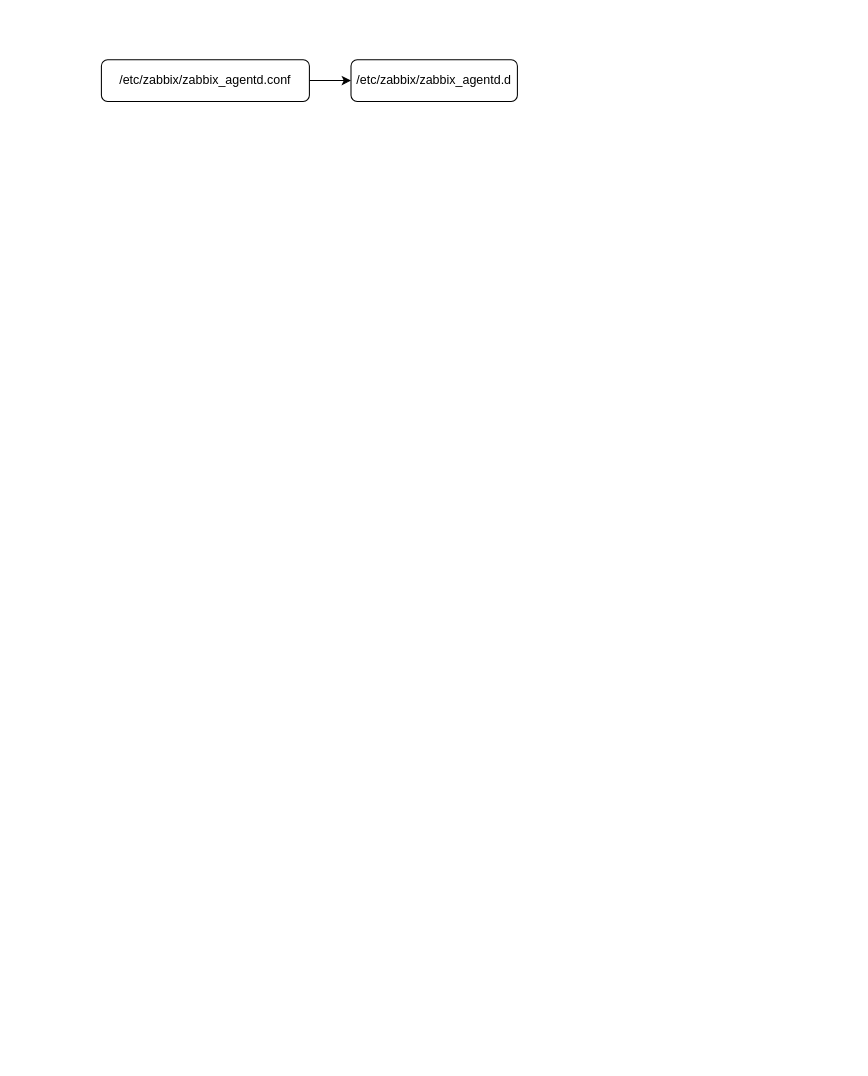
The draw.io diagram zabbix-agent configration.drawio in zhangjiongcn/drawio, before the edit. Source tidied: cells renumbered, new cells numbered last; positions are measured from the earlier drawing's top-left corner, leaving out a move shared by most shapes. Both pictures are drawn from the tidied source at 104%, with x=0, y=0 at pixel (101, 59).
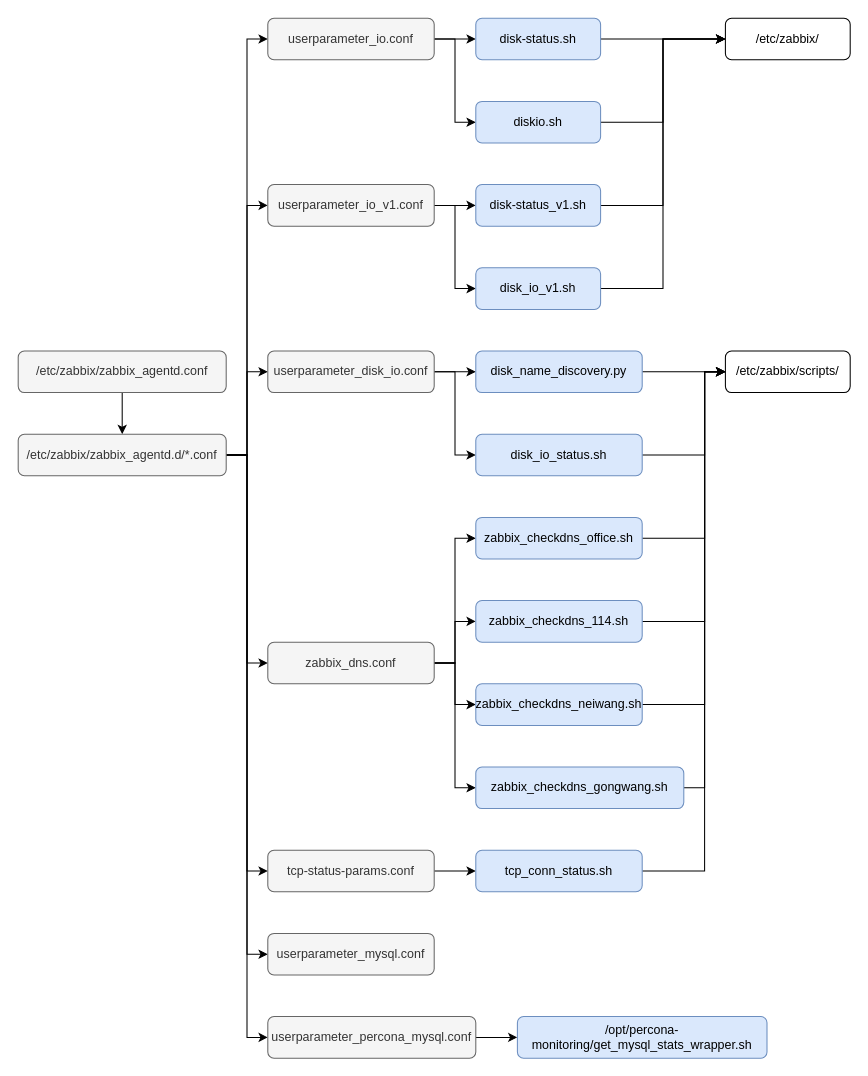
The same diagram, later.

Change to the diagram source:
```diff
@@
-    <mxCell id="2" style="edgeStyle=orthogonalEdgeStyle;rounded=0;jettySize=auto;html=1;entryX=0;entryY=0.5;entryDx=0;entryDy=0;" parent="1" edge="1" source="3" target="4">
+    <mxCell id="2" style="edgeStyle=orthogonalEdgeStyle;rounded=0;jettySize=auto;html=1;entryX=0.5;entryY=0;entryDx=0;entryDy=0;" parent="1" edge="1" source="3" target="4">
       <mxGeometry relative="1" as="geometry" />
     </mxCell>
-    <mxCell id="3" value="/etc/zabbix/zabbix_agentd.conf" style="rounded=1;whiteSpace=wrap;html=1;" parent="1" vertex="1">
-      <mxGeometry width="200" height="40" as="geometry" />
+    <mxCell id="3" value="/etc/zabbix/zabbix_agentd.conf" style="rounded=1;whiteSpace=wrap;html=1;fillColor=#f5f5f5;strokeColor=#666666;fontColor=#333333;" parent="1" vertex="1">
+      <mxGeometry x="-80" y="280" width="200" height="40" as="geometry" />
     </mxCell>
+    <mxCell id="5" style="edgeStyle=orthogonalEdgeStyle;rounded=0;jettySize=auto;html=1;entryX=0;entryY=0.5;entryDx=0;entryDy=0;" parent="1" edge="1" source="4" target="13">
+      <mxGeometry relative="1" as="geometry" />
+    </mxCell>
+    <mxCell id="6" style="edgeStyle=orthogonalEdgeStyle;rounded=0;jettySize=auto;html=1;entryX=0;entryY=0.5;entryDx=0;entryDy=0;" parent="1" edge="1" source="4" target="16">
+      <mxGeometry relative="1" as="geometry" />
+    </mxCell>
+    <mxCell id="7" style="edgeStyle=orthogonalEdgeStyle;rounded=0;jettySize=auto;html=1;entryX=0;entryY=0.5;entryDx=0;entryDy=0;" parent="1" edge="1" source="4" target="19">
+      <mxGeometry relative="1" as="geometry" />
+    </mxCell>
+    <mxCell id="8" style="edgeStyle=orthogonalEdgeStyle;rounded=0;jettySize=auto;html=1;entryX=0;entryY=0.5;entryDx=0;entryDy=0;" parent="1" edge="1" source="4" target="22">
+      <mxGeometry relative="1" as="geometry" />
+    </mxCell>
+    <mxCell id="9" style="edgeStyle=orthogonalEdgeStyle;rounded=0;jettySize=auto;html=1;entryX=0;entryY=0.5;entryDx=0;entryDy=0;" parent="1" edge="1" source="4" target="23">
+      <mxGeometry relative="1" as="geometry" />
+    </mxCell>
+    <mxCell id="10" style="edgeStyle=orthogonalEdgeStyle;rounded=0;jettySize=auto;html=1;entryX=0;entryY=0.5;entryDx=0;entryDy=0;" parent="1" edge="1" source="4" target="25">
+      <mxGeometry relative="1" as="geometry" />
+    </mxCell>
+    <mxCell id="11" style="edgeStyle=orthogonalEdgeStyle;rounded=0;jettySize=auto;html=1;entryX=0;entryY=0.5;entryDx=0;entryDy=0;" parent="1" edge="1" source="4" target="30">
+      <mxGeometry relative="1" as="geometry" />
+    </mxCell>
-    <mxCell id="4" value="/etc/zabbix/zabbix_agentd.d" style="rounded=1;whiteSpace=wrap;html=1;" parent="1" vertex="1">
-      <mxGeometry x="240" width="160" height="40" as="geometry" />
+    <mxCell id="4" value="/etc/zabbix/zabbix_agentd.d/*.conf" style="rounded=1;whiteSpace=wrap;html=1;fillColor=#f5f5f5;strokeColor=#666666;fontColor=#333333;" parent="1" vertex="1">
+      <mxGeometry x="-80" y="360" width="200" height="40" as="geometry" />
     </mxCell>
+    <mxCell id="12" style="edgeStyle=orthogonalEdgeStyle;rounded=0;jettySize=auto;html=1;entryX=0;entryY=0.5;entryDx=0;entryDy=0;" parent="1" edge="1" source="13" target="32">
+      <mxGeometry relative="1" as="geometry" />
+    </mxCell>
+    <mxCell id="13" value="tcp-status-params.conf" style="rounded=1;whiteSpace=wrap;html=1;fillColor=#f5f5f5;strokeColor=#666666;fontColor=#333333;" parent="1" vertex="1">
+      <mxGeometry x="160" y="760" width="160" height="40" as="geometry" />
+    </mxCell>
+    <mxCell id="14" style="edgeStyle=orthogonalEdgeStyle;rounded=0;jettySize=auto;html=1;entryX=0;entryY=0.5;entryDx=0;entryDy=0;" parent="1" edge="1" source="16" target="34">
+      <mxGeometry relative="1" as="geometry" />
+    </mxCell>
+    <mxCell id="15" style="edgeStyle=orthogonalEdgeStyle;rounded=0;jettySize=auto;html=1;entryX=0;entryY=0.5;entryDx=0;entryDy=0;" parent="1" edge="1" source="16" target="36">
+      <mxGeometry relative="1" as="geometry" />
+    </mxCell>
+    <mxCell id="16" value="userparameter_disk_io.conf" style="rounded=1;whiteSpace=wrap;html=1;fillColor=#f5f5f5;strokeColor=#666666;fontColor=#333333;" parent="1" vertex="1">
+      <mxGeometry x="160" y="280" width="160" height="40" as="geometry" />
+    </mxCell>
+    <mxCell id="17" style="edgeStyle=orthogonalEdgeStyle;rounded=0;jettySize=auto;html=1;entryX=0;entryY=0.5;entryDx=0;entryDy=0;" parent="1" edge="1" source="19" target="38">
+      <mxGeometry relative="1" as="geometry" />
+    </mxCell>
+    <mxCell id="18" style="edgeStyle=orthogonalEdgeStyle;rounded=0;jettySize=auto;html=1;entryX=0;entryY=0.5;entryDx=0;entryDy=0;" parent="1" edge="1" source="19" target="40">
+      <mxGeometry relative="1" as="geometry" />
+    </mxCell>
+    <mxCell id="19" value="userparameter_io.conf" style="rounded=1;whiteSpace=wrap;html=1;fillColor=#f5f5f5;strokeColor=#666666;fontColor=#333333;" parent="1" vertex="1">
+      <mxGeometry x="160" y="-40" width="160" height="40" as="geometry" />
+    </mxCell>
+    <mxCell id="20" style="edgeStyle=orthogonalEdgeStyle;rounded=0;jettySize=auto;html=1;" parent="1" edge="1" source="22" target="42">
+      <mxGeometry relative="1" as="geometry" />
+    </mxCell>
+    <mxCell id="21" style="edgeStyle=orthogonalEdgeStyle;rounded=0;jettySize=auto;html=1;entryX=0;entryY=0.5;entryDx=0;entryDy=0;" parent="1" edge="1" source="22" target="44">
+      <mxGeometry relative="1" as="geometry" />
+    </mxCell>
+    <mxCell id="22" value="userparameter_io_v1.conf" style="rounded=1;whiteSpace=wrap;html=1;fillColor=#f5f5f5;strokeColor=#666666;fontColor=#333333;" parent="1" vertex="1">
+      <mxGeometry x="160" y="120" width="160" height="40" as="geometry" />
+    </mxCell>
+    <mxCell id="23" value="userparameter_mysql.conf" style="rounded=1;whiteSpace=wrap;html=1;fillColor=#f5f5f5;strokeColor=#666666;fontColor=#333333;" parent="1" vertex="1">
+      <mxGeometry x="160" y="840" width="160" height="40" as="geometry" />
+    </mxCell>
+    <mxCell id="24" style="edgeStyle=orthogonalEdgeStyle;rounded=0;jettySize=auto;html=1;entryX=0;entryY=0.5;entryDx=0;entryDy=0;" parent="1" edge="1" source="25" target="45">
+      <mxGeometry relative="1" as="geometry" />
+    </mxCell>
+    <mxCell id="25" value="userparameter_percona_mysql.conf" style="rounded=1;whiteSpace=wrap;html=1;fillColor=#f5f5f5;strokeColor=#666666;fontColor=#333333;" parent="1" vertex="1">
+      <mxGeometry x="160" y="920" width="200" height="40" as="geometry" />
+    </mxCell>
+    <mxCell id="26" style="edgeStyle=orthogonalEdgeStyle;rounded=0;jettySize=auto;html=1;entryX=0;entryY=0.5;entryDx=0;entryDy=0;" parent="1" edge="1" source="30" target="47">
+      <mxGeometry relative="1" as="geometry" />
+    </mxCell>
+    <mxCell id="27" style="edgeStyle=orthogonalEdgeStyle;rounded=0;jettySize=auto;html=1;entryX=0;entryY=0.5;entryDx=0;entryDy=0;" parent="1" edge="1" source="30" target="49">
+      <mxGeometry relative="1" as="geometry" />
+    </mxCell>
+    <mxCell id="28" style="edgeStyle=orthogonalEdgeStyle;rounded=0;jettySize=auto;html=1;entryX=0;entryY=0.5;entryDx=0;entryDy=0;" parent="1" edge="1" source="30" target="51">
+      <mxGeometry relative="1" as="geometry" />
+    </mxCell>
+    <mxCell id="29" style="edgeStyle=orthogonalEdgeStyle;rounded=0;jettySize=auto;html=1;entryX=0;entryY=0.5;entryDx=0;entryDy=0;" parent="1" edge="1" source="30" target="53">
+      <mxGeometry relative="1" as="geometry" />
+    </mxCell>
+    <mxCell id="30" value="zabbix_dns.conf" style="rounded=1;whiteSpace=wrap;html=1;fillColor=#f5f5f5;strokeColor=#666666;fontColor=#333333;" parent="1" vertex="1">
+      <mxGeometry x="160" y="560" width="160" height="40" as="geometry" />
+    </mxCell>
+    <mxCell id="31" style="edgeStyle=orthogonalEdgeStyle;rounded=0;jettySize=auto;html=1;" parent="1" edge="1" source="32">
+      <mxGeometry relative="1" as="geometry">
+        <mxPoint x="600" y="300" as="targetPoint" />
+        <Array as="points">
+          <mxPoint x="580" y="780" />
+          <mxPoint x="580" y="300" />
+        </Array>
+      </mxGeometry>
+    </mxCell>
+    <mxCell id="32" value="&lt;span&gt;tcp_conn_status.sh&lt;/span&gt;" style="rounded=1;whiteSpace=wrap;html=1;fillColor=#dae8fc;strokeColor=#6c8ebf;" parent="1" vertex="1">
+      <mxGeometry x="360" y="760" width="160" height="40" as="geometry" />
+    </mxCell>
+    <mxCell id="33" style="edgeStyle=orthogonalEdgeStyle;rounded=0;jettySize=auto;html=1;entryX=0;entryY=0.5;entryDx=0;entryDy=0;" parent="1" edge="1" source="34" target="55">
+      <mxGeometry relative="1" as="geometry" />
+    </mxCell>
+    <mxCell id="34" value="&lt;div&gt;disk_name_discovery.py&lt;/div&gt;" style="rounded=1;whiteSpace=wrap;html=1;fillColor=#dae8fc;strokeColor=#6c8ebf;" parent="1" vertex="1">
+      <mxGeometry x="360" y="280" width="160" height="40" as="geometry" />
+    </mxCell>
+    <mxCell id="35" style="edgeStyle=orthogonalEdgeStyle;rounded=0;jettySize=auto;html=1;" parent="1" edge="1" source="36">
+      <mxGeometry relative="1" as="geometry">
+        <mxPoint x="600" y="300" as="targetPoint" />
+        <Array as="points">
+          <mxPoint x="580" y="380" />
+          <mxPoint x="580" y="300" />
+        </Array>
+      </mxGeometry>
+    </mxCell>
+    <mxCell id="36" value="&lt;div&gt;disk_io_status.sh&lt;/div&gt;" style="rounded=1;whiteSpace=wrap;html=1;fillColor=#dae8fc;strokeColor=#6c8ebf;" parent="1" vertex="1">
+      <mxGeometry x="360" y="360" width="160" height="40" as="geometry" />
+    </mxCell>
+    <mxCell id="37" style="edgeStyle=orthogonalEdgeStyle;rounded=0;jettySize=auto;html=1;" parent="1" edge="1" source="38" target="54">
+      <mxGeometry relative="1" as="geometry" />
+    </mxCell>
+    <mxCell id="38" value="&lt;div&gt;disk-status.sh&lt;/div&gt;" style="rounded=1;whiteSpace=wrap;html=1;fillColor=#dae8fc;strokeColor=#6c8ebf;" parent="1" vertex="1">
+      <mxGeometry x="360" y="-40" width="120" height="40" as="geometry" />
+    </mxCell>
+    <mxCell id="39" style="edgeStyle=orthogonalEdgeStyle;rounded=0;jettySize=auto;html=1;entryX=0;entryY=0.5;entryDx=0;entryDy=0;" parent="1" edge="1" source="40" target="54">
+      <mxGeometry relative="1" as="geometry" />
+    </mxCell>
+    <mxCell id="40" value="&lt;div&gt;diskio.sh&lt;/div&gt;" style="rounded=1;whiteSpace=wrap;html=1;fillColor=#dae8fc;strokeColor=#6c8ebf;" parent="1" vertex="1">
+      <mxGeometry x="360" y="40" width="120" height="40" as="geometry" />
+    </mxCell>
+    <mxCell id="41" style="edgeStyle=orthogonalEdgeStyle;rounded=0;jettySize=auto;html=1;entryX=0;entryY=0.5;entryDx=0;entryDy=0;" parent="1" edge="1" source="42" target="54">
+      <mxGeometry relative="1" as="geometry" />
+    </mxCell>
+    <mxCell id="42" value="&lt;div&gt;disk-status_v1.sh&lt;/div&gt;" style="rounded=1;whiteSpace=wrap;html=1;fillColor=#dae8fc;strokeColor=#6c8ebf;" parent="1" vertex="1">
+      <mxGeometry x="360" y="120" width="120" height="40" as="geometry" />
+    </mxCell>
+    <mxCell id="43" style="edgeStyle=orthogonalEdgeStyle;rounded=0;jettySize=auto;html=1;entryX=0;entryY=0.5;entryDx=0;entryDy=0;" parent="1" edge="1" source="44" target="54">
+      <mxGeometry relative="1" as="geometry" />
+    </mxCell>
+    <mxCell id="44" value="&lt;div&gt;disk_io_v1.sh&lt;/div&gt;" style="rounded=1;whiteSpace=wrap;html=1;fillColor=#dae8fc;strokeColor=#6c8ebf;" parent="1" vertex="1">
+      <mxGeometry x="360" y="200" width="120" height="40" as="geometry" />
+    </mxCell>
+    <mxCell id="45" value="&lt;div&gt;/opt/percona-monitoring/get_mysql_stats_wrapper.sh&lt;/div&gt;" style="rounded=1;whiteSpace=wrap;html=1;fillColor=#dae8fc;strokeColor=#6c8ebf;" parent="1" vertex="1">
+      <mxGeometry x="400" y="920" width="240" height="40" as="geometry" />
+    </mxCell>
+    <mxCell id="46" style="edgeStyle=orthogonalEdgeStyle;rounded=0;jettySize=auto;html=1;entryX=0;entryY=0.5;entryDx=0;entryDy=0;" parent="1" edge="1" source="47" target="55">
+      <mxGeometry relative="1" as="geometry">
+        <Array as="points">
+          <mxPoint x="580" y="460" />
+          <mxPoint x="580" y="300" />
+        </Array>
+      </mxGeometry>
+    </mxCell>
+    <mxCell id="47" value="&lt;div&gt;zabbix_checkdns_office.sh&lt;/div&gt;" style="rounded=1;whiteSpace=wrap;html=1;fillColor=#dae8fc;strokeColor=#6c8ebf;" parent="1" vertex="1">
+      <mxGeometry x="360" y="440" width="160" height="40" as="geometry" />
+    </mxCell>
+    <mxCell id="48" style="edgeStyle=orthogonalEdgeStyle;rounded=0;jettySize=auto;html=1;entryX=0;entryY=0.5;entryDx=0;entryDy=0;" parent="1" edge="1" source="49" target="55">
+      <mxGeometry relative="1" as="geometry">
+        <Array as="points">
+          <mxPoint x="580" y="540" />
+          <mxPoint x="580" y="300" />
+        </Array>
+      </mxGeometry>
+    </mxCell>
+    <mxCell id="49" value="&lt;div&gt;zabbix_checkdns_114.sh&lt;/div&gt;" style="rounded=1;whiteSpace=wrap;html=1;fillColor=#dae8fc;strokeColor=#6c8ebf;" parent="1" vertex="1">
+      <mxGeometry x="360" y="520" width="160" height="40" as="geometry" />
+    </mxCell>
+    <mxCell id="50" style="edgeStyle=orthogonalEdgeStyle;rounded=0;jettySize=auto;html=1;" parent="1" edge="1" source="51">
+      <mxGeometry relative="1" as="geometry">
+        <mxPoint x="600" y="300" as="targetPoint" />
+        <Array as="points">
+          <mxPoint x="580" y="620" />
+          <mxPoint x="580" y="300" />
+        </Array>
+      </mxGeometry>
+    </mxCell>
+    <mxCell id="51" value="&lt;div&gt;zabbix_checkdns_neiwang.sh&lt;/div&gt;" style="rounded=1;whiteSpace=wrap;html=1;fillColor=#dae8fc;strokeColor=#6c8ebf;" parent="1" vertex="1">
+      <mxGeometry x="360" y="600" width="160" height="40" as="geometry" />
+    </mxCell>
+    <mxCell id="52" style="edgeStyle=orthogonalEdgeStyle;rounded=0;jettySize=auto;html=1;entryX=0;entryY=0.5;entryDx=0;entryDy=0;" parent="1" edge="1" source="53" target="55">
+      <mxGeometry relative="1" as="geometry" />
+    </mxCell>
+    <mxCell id="53" value="&lt;div&gt;zabbix_checkdns_gongwang.sh&lt;/div&gt;" style="rounded=1;whiteSpace=wrap;html=1;fillColor=#dae8fc;strokeColor=#6c8ebf;" parent="1" vertex="1">
+      <mxGeometry x="360" y="680" width="200" height="40" as="geometry" />
+    </mxCell>
+    <mxCell id="54" value="&lt;div&gt;/etc/zabbix/&lt;/div&gt;" style="rounded=1;whiteSpace=wrap;html=1;" parent="1" vertex="1">
+      <mxGeometry x="600" y="-40" width="120" height="40" as="geometry" />
+    </mxCell>
+    <mxCell id="55" value="&lt;div&gt;/etc/zabbix/scripts/&lt;/div&gt;" style="rounded=1;whiteSpace=wrap;html=1;" parent="1" vertex="1">
+      <mxGeometry x="600" y="280" width="120" height="40" as="geometry" />
+    </mxCell>
```
